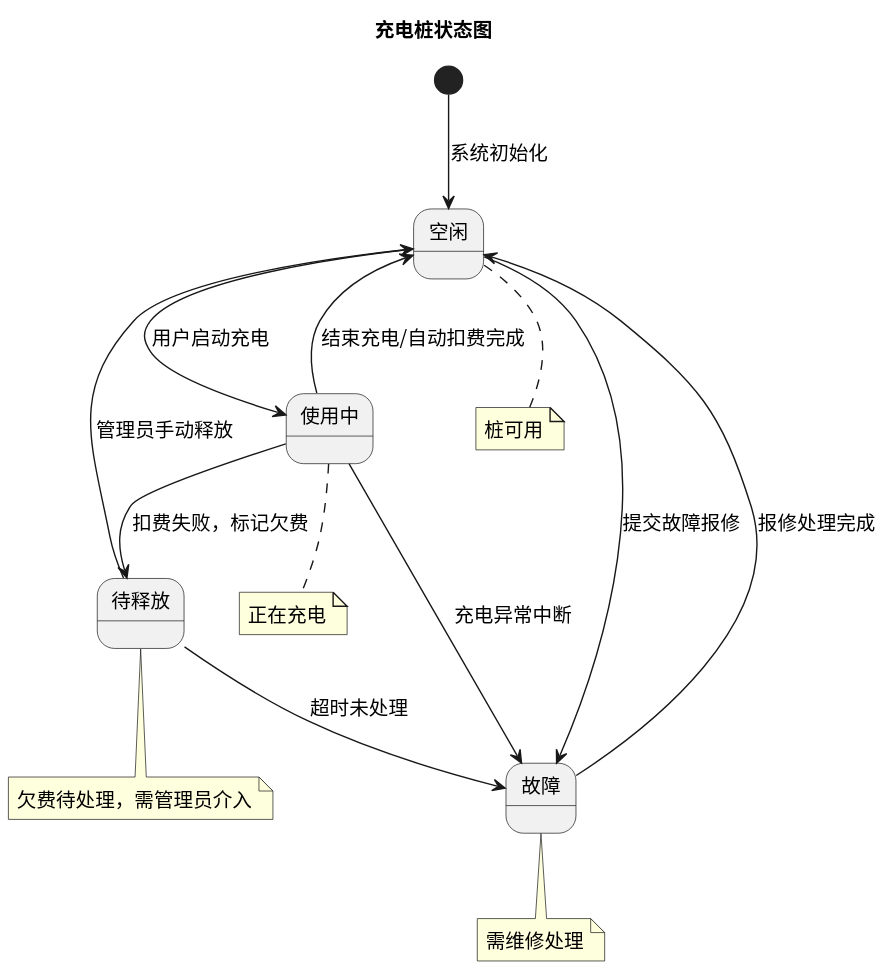
Earlier version of the PlantUML export status/img/state_charger.svg (greenhandzdl/charging-station-doc).
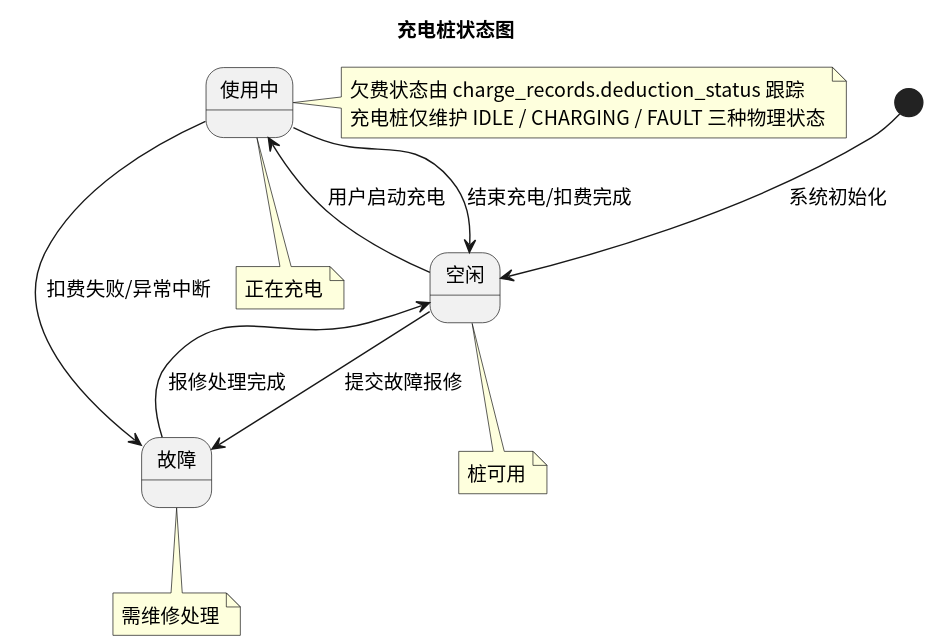
After the commit.

Change to the diagram source:
```diff
@@ -5,21 +5,18 @@
 
 state "空闲" as IDLE
 state "使用中" as CHARGING
-state "待释放" as ARREARS
 state "故障" as FAULT
 
 [*] --> IDLE : 系统初始化
 IDLE --> CHARGING : 用户启动充电
-CHARGING --> IDLE : 结束充电/自动扣费完成
-CHARGING --> ARREARS : 扣费失败，标记欠费
-ARREARS --> IDLE : 管理员手动释放
-ARREARS --> FAULT : 超时未处理
+CHARGING --> IDLE : 结束充电/扣费完成
+CHARGING --> FAULT : 扣费失败/异常中断
 IDLE --> FAULT : 提交故障报修
 FAULT --> IDLE : 报修处理完成
-CHARGING --> FAULT : 充电异常中断
 
 note bottom of IDLE : 桩可用
 note bottom of CHARGING : 正在充电
-note bottom of ARREARS : 欠费待处理，需管理员介入
 note bottom of FAULT : 需维修处理
+
+note right of CHARGING : 欠费状态由 charge_records.deduction_status 跟踪\n充电桩仅维护 IDLE / CHARGING / FAULT 三种物理状态
 @enduml
```
